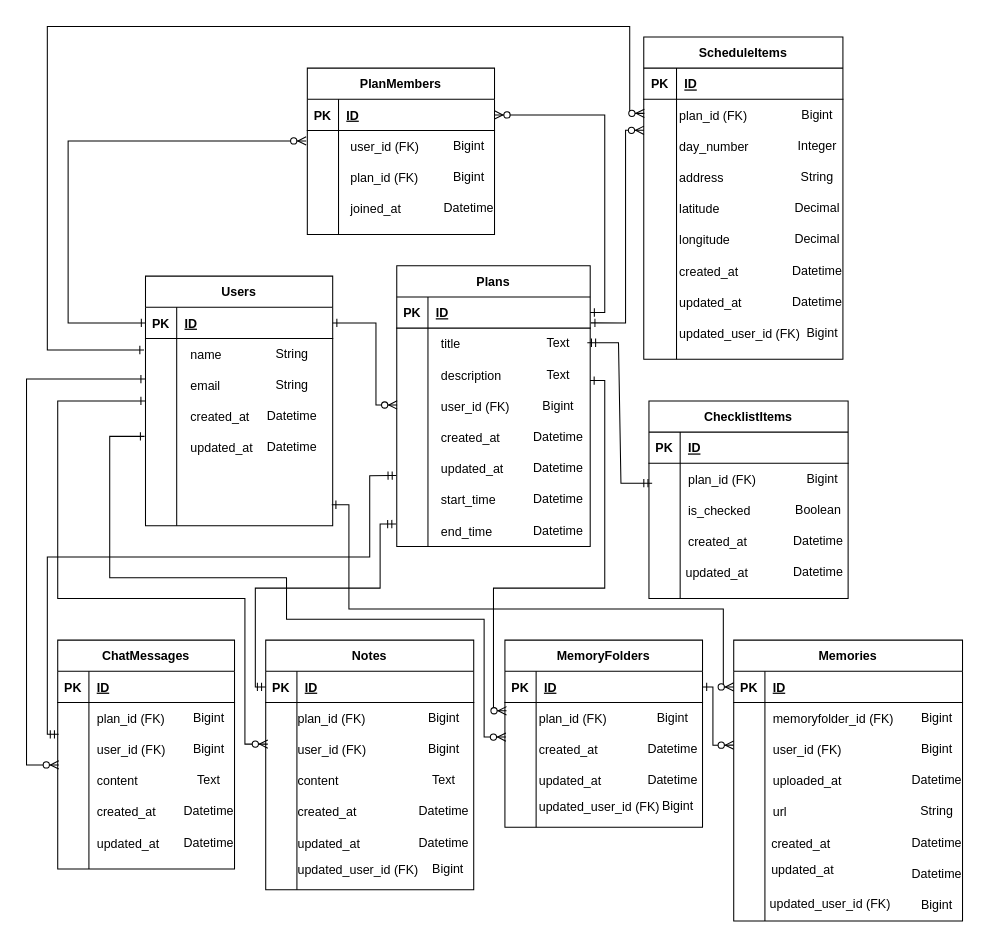
The draw.io diagram add-er-diagram.drawio in honsu1004/travel-editor, before the edit. Source tidied: cells renumbered, new cells numbered last; positions are measured from the earlier drawing's top-left corner, leaving out a move shared by most shapes. Both pictures are drawn from the tidied source at 104%, with x=0, y=0 at pixel (26, 26).
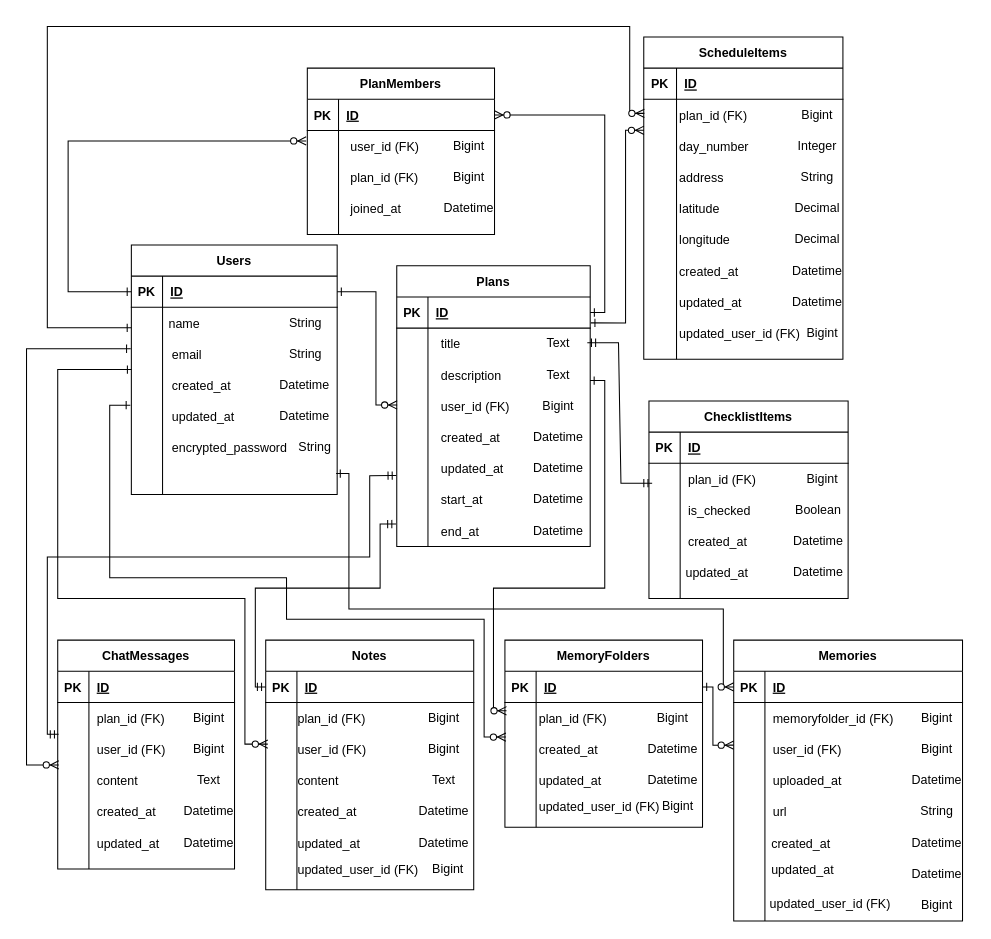
Above is the later version.

Commit message:
add-er-diagram.drawio を更新します

The change refers to these unchanged cells:
```xml
<mxCell id="26" style="shape=partialRectangle;fillColor=none;points=[[0,0.5],[1,0.5]];portConstraint=eastwest;top=0;left=0;right=0;bottom=0;" parent="22" vertex="1">
  <mxGeometry y="60" width="180" height="100" as="geometry" />
</mxCell>
<mxCell id="45" style="shape=partialRectangle;fillColor=none;points=[[0,0.5],[1,0.5]];portConstraint=eastwest;top=0;left=0;right=0;bottom=0;" parent="41" vertex="1">
  <mxGeometry y="60" width="191.5" height="250" as="geometry" />
</mxCell>
<mxCell id="92" style="group;" parent="86" vertex="1">
  <mxGeometry width="190" height="270" as="geometry" />
</mxCell>
<mxCell id="97" style="shape=partialRectangle;fillColor=none;points=[[0,0.5],[1,0.5]];portConstraint=eastwest;top=0;left=0;right=0;bottom=0;" parent="93" vertex="1">
  <mxGeometry y="60" width="186" height="210" as="geometry" />
</mxCell>
<mxCell id="149" style="shape=partialRectangle;fillColor=none;points=[[0,0.5],[1,0.5]];portConstraint=eastwest;top=0;left=0;right=0;bottom=1;" parent="148" vertex="1">
  <mxGeometry y="30" width="220" height="30" as="geometry" />
</mxCell>
<mxCell id="176" style="shape=partialRectangle;fillColor=none;points=[[0,0.5],[1,0.5]];portConstraint=eastwest;top=0;left=0;right=0;bottom=0;" parent="172" vertex="1">
  <mxGeometry y="60" width="190" height="120" as="geometry" />
</mxCell>
```

Diff of the diagram source:
```diff
@@
     <mxCell id="2" style="group;" parent="1" vertex="1">
-      <mxGeometry x="100" y="240" width="194.4" height="255" as="geometry" />
+      <mxGeometry x="100" y="210" width="221.1" height="255" as="geometry" />
     </mxCell>
     <mxCell id="3" value="name" style="shape=partialRectangle;overflow=hidden;fillColor=none;top=0;left=0;bottom=0;right=0;align=left;spacingLeft=6;" parent="2" vertex="1">
-      <mxGeometry x="50" y="60" width="154.4" height="30" as="geometry" />
+      <mxGeometry x="29" y="60" width="169.7" height="30" as="geometry" />
     </mxCell>
     <mxCell id="4" value="email" style="shape=partialRectangle;overflow=hidden;fillColor=none;top=0;left=0;bottom=0;right=0;align=left;spacingLeft=6;" parent="2" vertex="1">
-      <mxGeometry x="50" y="90" width="154.4" height="30" as="geometry" />
+      <mxGeometry x="32.2" y="90" width="169.7" height="30" as="geometry" />
     </mxCell>
     <mxCell id="5" value="created_at" style="shape=partialRectangle;overflow=hidden;fillColor=none;top=0;left=0;bottom=0;right=0;align=left;spacingLeft=6;" parent="2" vertex="1">
-      <mxGeometry x="50" y="120" width="154.4" height="30" as="geometry" />
+      <mxGeometry x="32.2" y="120" width="169.7" height="30" as="geometry" />
     </mxCell>
     <mxCell id="6" value="updated_at" style="shape=partialRectangle;overflow=hidden;fillColor=none;top=0;left=0;bottom=0;right=0;align=left;spacingLeft=6;" parent="2" vertex="1">
-      <mxGeometry x="50" y="150" width="144.4" height="30" as="geometry" />
+      <mxGeometry x="32.2" y="150" width="158.7" height="30" as="geometry" />
     </mxCell>
     <mxCell id="7" value="String" style="text;html=1;align=center;verticalAlign=middle;strokeColor=none;fillColor=none;" parent="2" vertex="1">
-      <mxGeometry x="130" y="60" width="50" height="30" as="geometry" />
+      <mxGeometry x="142.9" y="60" width="50" height="30" as="geometry" />
     </mxCell>
     <mxCell id="8" value="String" style="text;html=1;align=center;verticalAlign=middle;strokeColor=none;fillColor=none;" parent="2" vertex="1">
-      <mxGeometry x="130" y="90" width="50" height="30" as="geometry" />
+      <mxGeometry x="142.9" y="90" width="50" height="30" as="geometry" />
     </mxCell>
     <mxCell id="9" value="Datetime" style="text;html=1;align=center;verticalAlign=middle;strokeColor=none;fillColor=none;" parent="2" vertex="1">
-      <mxGeometry x="120" y="120" width="70" height="30" as="geometry" />
+      <mxGeometry x="131.9" y="120" width="70" height="30" as="geometry" />
     </mxCell>
     <mxCell id="10" value="Datetime" style="text;html=1;align=center;verticalAlign=middle;strokeColor=none;fillColor=none;" parent="2" vertex="1">
-      <mxGeometry x="120" y="150" width="70" height="30" as="geometry" />
+      <mxGeometry x="131.9" y="150" width="70" height="30" as="geometry" />
     </mxCell>
+    <mxCell id="188" value="encrypted_password" style="shape=partialRectangle;overflow=hidden;fillColor=none;top=0;left=0;bottom=0;right=0;align=left;spacingLeft=6;" parent="2" vertex="1">
+      <mxGeometry x="32.2" y="180" width="166.2" height="30" as="geometry" />
+    </mxCell>
+    <mxCell id="189" value="String" style="text;html=1;align=center;verticalAlign=middle;strokeColor=none;fillColor=none;" parent="2" vertex="1">
+      <mxGeometry x="151.9" y="180" width="50" height="30" as="geometry" />
+    </mxCell>
     <mxCell id="11" value="Users" style="shape=table;startSize=30;childLayout=tableLayout;rowLines=0;fontStyle=1;align=center;" parent="2" vertex="1">
-      <mxGeometry x="14.4" width="180" height="240" as="geometry" />
+      <mxGeometry x="0.8" width="197.9" height="240" as="geometry" />
     </mxCell>
     <mxCell id="12" style="shape=partialRectangle;fillColor=none;points=[[0,0.5],[1,0.5]];portConstraint=eastwest;top=0;left=0;right=0;bottom=1;" parent="11" vertex="1">
-      <mxGeometry y="30" width="180" height="30" as="geometry" />
+      <mxGeometry y="30" width="197.9" height="30" as="geometry" />
     </mxCell>
@@
     <mxCell id="14" value="ID" style="shape=partialRectangle;overflow=hidden;fillColor=none;top=0;left=0;bottom=0;right=0;align=left;spacingLeft=6;fontStyle=5;" parent="12" vertex="1">
-      <mxGeometry x="30" width="150" height="30" as="geometry" />
+      <mxGeometry x="30" width="167.9" height="30" as="geometry" />
     </mxCell>
     <mxCell id="15" style="shape=partialRectangle;fillColor=none;points=[[0,0.5],[1,0.5]];portConstraint=eastwest;top=0;left=0;right=0;bottom=0;" parent="11" vertex="1">
-      <mxGeometry y="60" width="180" height="160" as="geometry" />
+      <mxGeometry y="60" width="197.9" height="160" as="geometry" />
     </mxCell>
@@
     <mxCell id="17" style="shape=partialRectangle;overflow=hidden;fillColor=none;top=0;left=0;bottom=0;right=0;align=left;spacingLeft=6;" parent="15" vertex="1">
-      <mxGeometry x="30" width="150" height="160" as="geometry" />
+      <mxGeometry x="30" width="167.9" height="160" as="geometry" />
     </mxCell>
     <mxCell id="18" style="shape=partialRectangle;fillColor=none;points=[[0,0.5],[1,0.5]];portConstraint=eastwest;top=0;left=0;right=0;bottom=0;" parent="11" vertex="1">
-      <mxGeometry y="220" width="180" height="20" as="geometry" />
+      <mxGeometry y="220" width="197.9" height="20" as="geometry" />
     </mxCell>
@@
     <mxCell id="20" style="shape=partialRectangle;overflow=hidden;fillColor=none;top=0;left=0;bottom=0;right=0;align=left;spacingLeft=6;" parent="18" vertex="1">
-      <mxGeometry x="30" width="150" height="20" as="geometry" />
+      <mxGeometry x="30" width="167.9" height="20" as="geometry" />
     </mxCell>
@@
     <mxCell id="35" style="endArrow=ERzeroToMany;startArrow=ERone;endFill=1;startFill=0;rounded=0;edgeStyle=orthogonalEdgeStyle;elbow=vertical;exitX=0;exitY=0.5;exitDx=0;exitDy=0;entryX=-0.006;entryY=0.1;entryDx=0;entryDy=0;entryPerimeter=0;" parent="1" edge="1" source="12" target="26">
       <mxGeometry relative="1" as="geometry">
         <Array as="points">
-          <mxPoint x="40" y="285" />
+          <mxPoint x="40" y="255" />
           <mxPoint x="40" y="110" />
         </Array>
       </mxGeometry>
     </mxCell>
@@
     <mxCell id="85" style="endArrow=ERzeroToMany;startArrow=ERone;endFill=1;startFill=0;rounded=0;edgeStyle=orthogonalEdgeStyle;elbow=vertical;exitX=1;exitY=0.5;exitDx=0;exitDy=0;entryX=0.002;entryY=0.352;entryDx=0;entryDy=0;entryPerimeter=0;" parent="1" edge="1" source="12" target="97">
       <mxGeometry relative="1" as="geometry">
         <Array as="points">
-          <mxPoint x="336" y="285" />
+          <mxPoint x="336" y="255" />
           <mxPoint x="336" y="364" />
         </Array>
       </mxGeometry>
     </mxCell>
@@
-    <mxCell id="100" value="start_time" style="shape=partialRectangle;overflow=hidden;fillColor=none;top=0;left=0;bottom=0;right=0;align=left;spacingLeft=6;" parent="92" vertex="1">
+    <mxCell id="100" value="start_at" style="shape=partialRectangle;overflow=hidden;fillColor=none;top=0;left=0;bottom=0;right=0;align=left;spacingLeft=6;" parent="92" vertex="1">
       <mxGeometry x="34.9" y="210" width="151.1" height="30" as="geometry" />
     </mxCell>
-    <mxCell id="101" value="end_time" style="shape=partialRectangle;overflow=hidden;fillColor=none;top=0;left=0;bottom=0;right=0;align=left;spacingLeft=6;" parent="92" vertex="1">
+    <mxCell id="101" value="end_at" style="shape=partialRectangle;overflow=hidden;fillColor=none;top=0;left=0;bottom=0;right=0;align=left;spacingLeft=6;" parent="92" vertex="1">
       <mxGeometry x="34.9" y="240" width="151.1" height="30" as="geometry" />
     </mxCell>
@@
-    <mxCell id="142" style="endArrow=ERzeroToMany;startArrow=ERone;endFill=1;startFill=0;rounded=0;edgeStyle=orthogonalEdgeStyle;elbow=vertical;" parent="1" edge="1">
+    <mxCell id="142" style="endArrow=ERzeroToMany;startArrow=ERone;endFill=1;startFill=0;rounded=0;edgeStyle=orthogonalEdgeStyle;elbow=vertical;exitX=-0.003;exitY=0.249;exitDx=0;exitDy=0;exitPerimeter=0;" parent="1" edge="1" source="15">
       <mxGeometry relative="1" as="geometry">
-        <mxPoint x="114" y="339" as="sourcePoint" />
         <mxPoint x="31" y="710" as="targetPoint" />
         <Array as="points">
-          <mxPoint x="114" y="339" />
-          <mxPoint y="339" />
+          <mxPoint y="310" />
           <mxPoint y="710" />
         </Array>
       </mxGeometry>
     </mxCell>
@@
-    <mxCell id="168" style="endArrow=ERzeroToMany;startArrow=ERone;endFill=1;startFill=0;rounded=0;edgeStyle=orthogonalEdgeStyle;elbow=vertical;" parent="1" edge="1">
+    <mxCell id="168" style="endArrow=ERzeroToMany;startArrow=ERone;endFill=1;startFill=0;rounded=0;edgeStyle=orthogonalEdgeStyle;elbow=vertical;exitX=0.001;exitY=0.374;exitDx=0;exitDy=0;exitPerimeter=0;" parent="1" edge="1" source="15">
       <mxGeometry relative="1" as="geometry">
-        <mxPoint x="114" y="360" as="sourcePoint" />
         <mxPoint x="232" y="690" as="targetPoint" />
         <Array as="points">
-          <mxPoint x="114" y="360" />
-          <mxPoint x="30" y="360" />
+          <mxPoint x="30" y="330" />
           <mxPoint x="30" y="550" />
           <mxPoint x="210" y="550" />
           <mxPoint x="210" y="690" />
         </Array>
       </mxGeometry>
     </mxCell>
@@
     <mxCell id="185" style="endArrow=ERzeroToMany;startArrow=ERone;endFill=1;startFill=0;rounded=0;edgeStyle=orthogonalEdgeStyle;elbow=vertical;entryX=0;entryY=0.5;entryDx=0;entryDy=0;exitX=0.995;exitY=-0.008;exitDx=0;exitDy=0;exitPerimeter=0;" parent="1" edge="1" source="18" target="149">
       <mxGeometry relative="1" as="geometry">
         <Array as="points">
-          <mxPoint x="310" y="460" />
+          <mxPoint x="310" y="430" />
           <mxPoint x="310" y="560" />
           <mxPoint x="670" y="560" />
           <mxPoint x="670" y="635" />
         </Array>
       </mxGeometry>
     </mxCell>
-    <mxCell id="186" style="endArrow=ERzeroToMany;startArrow=ERone;endFill=1;startFill=0;rounded=0;edgeStyle=orthogonalEdgeStyle;elbow=vertical;entryX=0.003;entryY=0.054;entryDx=0;entryDy=0;entryPerimeter=0;exitX=-0.008;exitY=0.069;exitDx=0;exitDy=0;exitPerimeter=0;" parent="1" edge="1" source="15" target="45">
+    <mxCell id="186" style="endArrow=ERzeroToMany;startArrow=ERone;endFill=1;startFill=0;rounded=0;edgeStyle=orthogonalEdgeStyle;elbow=vertical;entryX=0.003;entryY=0.054;entryDx=0;entryDy=0;entryPerimeter=0;exitX=0;exitY=0.123;exitDx=0;exitDy=0;exitPerimeter=0;" parent="1" edge="1" source="15" target="45">
       <mxGeometry relative="1" as="geometry">
         <Array as="points">
-          <mxPoint x="20" y="311" />
+          <mxPoint x="20" y="290" />
           <mxPoint x="20" />
           <mxPoint x="580" />
           <mxPoint x="580" y="84" />
         </Array>
       </mxGeometry>
     </mxCell>
     <mxCell id="187" style="endArrow=ERzeroToMany;startArrow=ERone;endFill=1;startFill=0;rounded=0;edgeStyle=orthogonalEdgeStyle;elbow=vertical;entryX=0.005;entryY=0.277;entryDx=0;entryDy=0;entryPerimeter=0;exitX=-0.005;exitY=0.588;exitDx=0;exitDy=0;exitPerimeter=0;" parent="1" edge="1" source="15" target="176">
       <mxGeometry relative="1" as="geometry">
         <Array as="points">
-          <mxPoint x="80" y="394" />
+          <mxPoint x="80" y="364" />
           <mxPoint x="80" y="530" />
           <mxPoint x="250" y="530" />
           <mxPoint x="250" y="570" />
           <mxPoint x="440" y="570" />
           <mxPoint x="440" y="683" />
         </Array>
       </mxGeometry>
     </mxCell>
```
